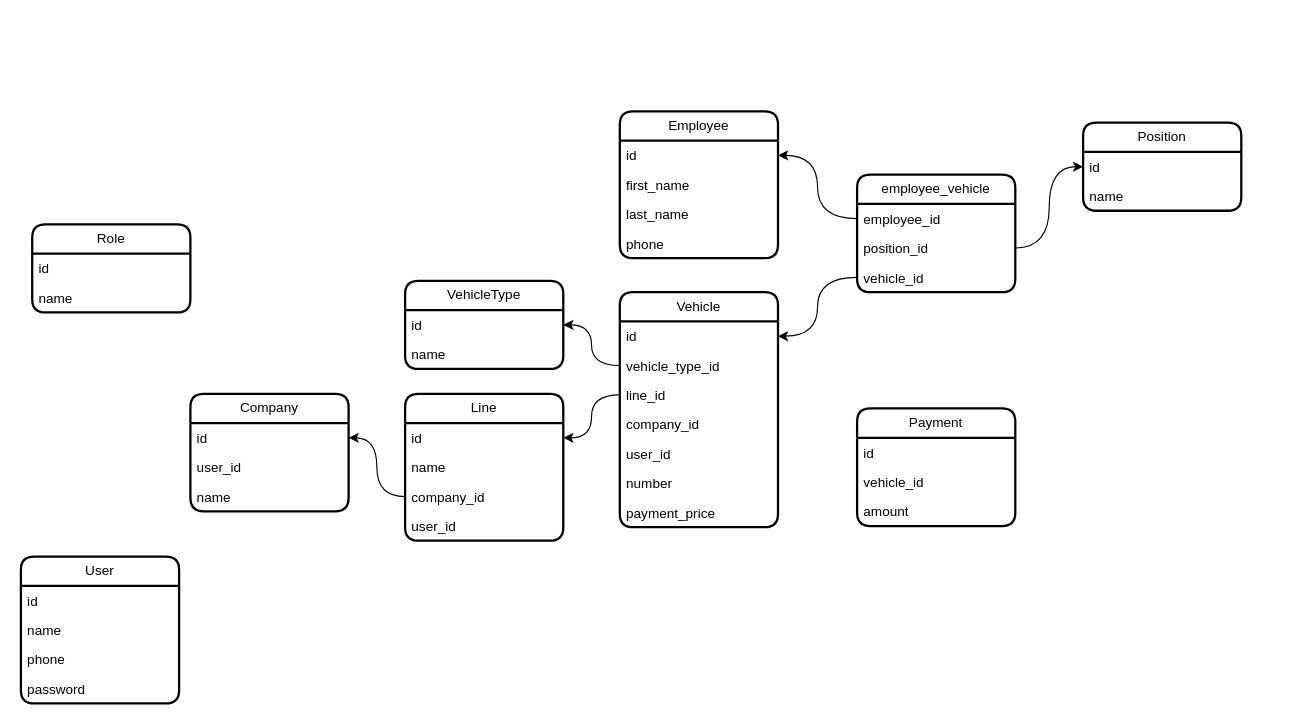
Earlier version of the draw.io diagram karsoft-transport.drawio (iztileuoff/databases). Source tidied: cells renumbered, new cells numbered last; positions are measured from the earlier drawing's top-left corner, leaving out a move shared by most shapes. Both pictures are drawn from the tidied source at 113%, with x=0, y=0 at pixel (20, 111).
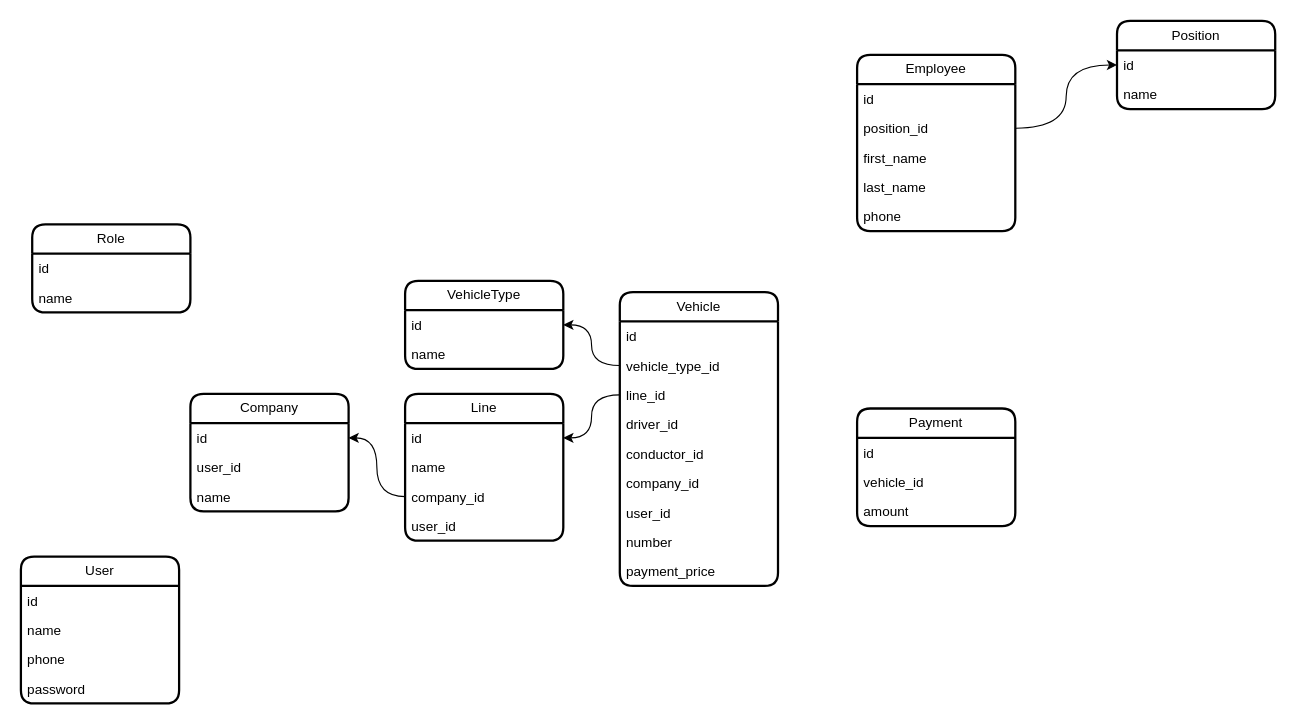
The same page after the edit.

Unchanged cells that the change refers to:
```xml
<mxCell id="11" value="id" style="text;strokeColor=none;fillColor=none;align=left;verticalAlign=top;spacingLeft=4;spacingRight=4;overflow=hidden;points=[[0,0.5],[1,0.5]];portConstraint=eastwest;whiteSpace=wrap;html=1;" parent="10" vertex="1">
  <mxGeometry y="26" width="140" height="26" as="geometry" />
</mxCell>
<mxCell id="35" value="id" style="text;strokeColor=none;fillColor=none;align=left;verticalAlign=top;spacingLeft=4;spacingRight=4;overflow=hidden;points=[[0,0.5],[1,0.5]];portConstraint=eastwest;whiteSpace=wrap;html=1;" parent="34" vertex="1">
  <mxGeometry y="26" width="140" height="26" as="geometry" />
</mxCell>
<mxCell id="38" value="id" style="text;strokeColor=none;fillColor=none;align=left;verticalAlign=top;spacingLeft=4;spacingRight=4;overflow=hidden;points=[[0,0.5],[1,0.5]];portConstraint=eastwest;whiteSpace=wrap;html=1;" parent="37" vertex="1">
  <mxGeometry y="26" width="140" height="26" as="geometry" />
</mxCell>
```

The edit, as a diff of the source:
```diff
@@
     <mxCell id="10" value="Vehicle" style="swimlane;fontStyle=0;horizontal=1;startSize=26;fillColor=none;whiteSpace=wrap;html=1;rounded=1;shadow=0;glass=0;strokeWidth=2;" parent="1" vertex="1">
-      <mxGeometry x="530" y="160" width="140" height="208" as="geometry" />
+      <mxGeometry x="530" y="160" width="140" height="260" as="geometry" />
     </mxCell>
@@
+    <mxCell id="52" value="driver_id" style="text;strokeColor=none;fillColor=none;align=left;verticalAlign=top;spacingLeft=4;spacingRight=4;overflow=hidden;whiteSpace=wrap;html=1;" parent="10" vertex="1">
+      <mxGeometry y="104" width="140" height="26" as="geometry" />
+    </mxCell>
+    <mxCell id="53" value="conductor_id" style="text;strokeColor=none;fillColor=none;align=left;verticalAlign=top;spacingLeft=4;spacingRight=4;overflow=hidden;whiteSpace=wrap;html=1;" parent="10" vertex="1">
+      <mxGeometry y="130" width="140" height="26" as="geometry" />
+    </mxCell>
     <mxCell id="14" value="company_id" style="text;strokeColor=none;fillColor=none;align=left;verticalAlign=top;spacingLeft=4;spacingRight=4;overflow=hidden;whiteSpace=wrap;html=1;" parent="10" vertex="1">
-      <mxGeometry y="104" width="140" height="26" as="geometry" />
+      <mxGeometry y="156" width="140" height="26" as="geometry" />
     </mxCell>
     <mxCell id="15" value="user_id" style="text;strokeColor=none;fillColor=none;align=left;verticalAlign=top;spacingLeft=4;spacingRight=4;overflow=hidden;whiteSpace=wrap;html=1;" parent="10" vertex="1">
-      <mxGeometry y="130" width="140" height="26" as="geometry" />
+      <mxGeometry y="182" width="140" height="26" as="geometry" />
     </mxCell>
     <mxCell id="16" value="number" style="text;strokeColor=none;fillColor=none;align=left;verticalAlign=top;spacingLeft=4;spacingRight=4;overflow=hidden;whiteSpace=wrap;html=1;" parent="10" vertex="1">
-      <mxGeometry y="156" width="140" height="26" as="geometry" />
+      <mxGeometry y="208" width="140" height="26" as="geometry" />
     </mxCell>
     <mxCell id="17" value="payment_price" style="text;strokeColor=none;fillColor=none;align=left;verticalAlign=top;spacingLeft=4;spacingRight=4;overflow=hidden;whiteSpace=wrap;html=1;" parent="10" vertex="1">
-      <mxGeometry y="182" width="140" height="26" as="geometry" />
+      <mxGeometry y="234" width="140" height="26" as="geometry" />
     </mxCell>
@@
-    <mxCell id="30" value="employee_vehicle" style="swimlane;fontStyle=0;horizontal=1;startSize=26;fillColor=none;whiteSpace=wrap;html=1;rounded=1;shadow=0;glass=0;strokeWidth=2;" parent="1" vertex="1">
-      <mxGeometry x="740" y="56" width="140" height="104" as="geometry" />
-    </mxCell>
-    <mxCell id="31" value="employee_id" style="text;strokeColor=none;fillColor=none;align=left;verticalAlign=top;spacingLeft=4;spacingRight=4;overflow=hidden;points=[[0,0.5],[1,0.5]];portConstraint=eastwest;whiteSpace=wrap;html=1;" parent="30" vertex="1">
-      <mxGeometry y="26" width="140" height="26" as="geometry" />
-    </mxCell>
-    <mxCell id="32" value="position_id" style="text;strokeColor=none;fillColor=none;align=left;verticalAlign=top;spacingLeft=4;spacingRight=4;overflow=hidden;points=[[0,0.5],[1,0.5]];portConstraint=eastwest;whiteSpace=wrap;html=1;" parent="30" vertex="1">
-      <mxGeometry y="52" width="140" height="26" as="geometry" />
-    </mxCell>
-    <mxCell id="33" value="vehicle_id" style="text;strokeColor=none;fillColor=none;align=left;verticalAlign=top;spacingLeft=4;spacingRight=4;overflow=hidden;points=[[0,0.5],[1,0.5]];portConstraint=eastwest;whiteSpace=wrap;html=1;" parent="30" vertex="1">
-      <mxGeometry y="78" width="140" height="26" as="geometry" />
-    </mxCell>
     <mxCell id="34" value="Position" style="swimlane;fontStyle=0;horizontal=1;startSize=26;fillColor=none;whiteSpace=wrap;html=1;rounded=1;shadow=0;glass=0;strokeWidth=2;" parent="1" vertex="1">
-      <mxGeometry x="940" y="10" width="140" height="78" as="geometry" />
+      <mxGeometry x="970" y="-80" width="140" height="78" as="geometry" />
     </mxCell>
@@
     <mxCell id="37" value="Employee" style="swimlane;fontStyle=0;horizontal=1;startSize=26;fillColor=none;whiteSpace=wrap;html=1;rounded=1;shadow=0;glass=0;strokeWidth=2;" parent="1" vertex="1">
-      <mxGeometry x="530" width="140" height="130" as="geometry" />
+      <mxGeometry x="740" y="-50" width="140" height="156" as="geometry" />
     </mxCell>
@@
+    <mxCell id="32" value="position_id" style="text;strokeColor=none;fillColor=none;align=left;verticalAlign=top;spacingLeft=4;spacingRight=4;overflow=hidden;points=[[0,0.5],[1,0.5]];portConstraint=eastwest;whiteSpace=wrap;html=1;" parent="37" vertex="1">
+      <mxGeometry y="52" width="140" height="26" as="geometry" />
+    </mxCell>
     <mxCell id="39" value="first_name" style="text;strokeColor=none;fillColor=none;align=left;verticalAlign=top;spacingLeft=4;spacingRight=4;overflow=hidden;whiteSpace=wrap;html=1;" parent="37" vertex="1">
-      <mxGeometry y="52" width="140" height="26" as="geometry" />
+      <mxGeometry y="78" width="140" height="26" as="geometry" />
     </mxCell>
     <mxCell id="40" value="last_name" style="text;strokeColor=none;fillColor=none;align=left;verticalAlign=top;spacingLeft=4;spacingRight=4;overflow=hidden;whiteSpace=wrap;html=1;" parent="37" vertex="1">
-      <mxGeometry y="78" width="140" height="26" as="geometry" />
+      <mxGeometry y="104" width="140" height="26" as="geometry" />
     </mxCell>
     <mxCell id="41" value="phone" style="text;strokeColor=none;fillColor=none;align=left;verticalAlign=top;spacingLeft=4;spacingRight=4;overflow=hidden;whiteSpace=wrap;html=1;" parent="37" vertex="1">
-      <mxGeometry y="104" width="140" height="26" as="geometry" />
+      <mxGeometry y="130" width="140" height="26" as="geometry" />
     </mxCell>
-    <mxCell id="42" style="edgeStyle=orthogonalEdgeStyle;rounded=0;jettySize=auto;html=1;entryX=1;entryY=0.5;entryDx=0;entryDy=0;curved=1;" parent="1" edge="1" source="31" target="38">
-      <mxGeometry relative="1" as="geometry" />
-    </mxCell>
-    <mxCell id="43" style="edgeStyle=orthogonalEdgeStyle;rounded=0;jettySize=auto;html=1;entryX=1;entryY=0.5;entryDx=0;entryDy=0;curved=1;" parent="1" edge="1" source="33" target="11">
-      <mxGeometry relative="1" as="geometry" />
-    </mxCell>
-    <mxCell id="44" style="edgeStyle=orthogonalEdgeStyle;rounded=0;jettySize=auto;html=1;entryX=0;entryY=0.5;entryDx=0;entryDy=0;curved=1;" parent="1" edge="1" source="32" target="35">
-      <mxGeometry relative="1" as="geometry" />
-    </mxCell>
@@
+    <mxCell id="44" style="edgeStyle=orthogonalEdgeStyle;rounded=0;jettySize=auto;html=1;entryX=0;entryY=0.5;entryDx=0;entryDy=0;curved=1;" parent="1" edge="1" source="32" target="35">
+      <mxGeometry relative="1" as="geometry" />
+    </mxCell>
```
